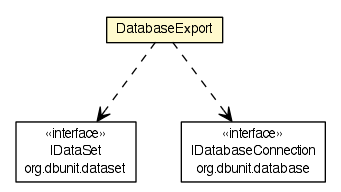
dayatang/dddlib keeps this Graphviz diagram as dddlib-db/apidocs/org/dayatang/dbunit/DatabaseExport.png. Above is the earlier version. Its source is kept beside it as dddlib-db/apidocs/org/dayatang/dbunit/DatabaseExport.dot.
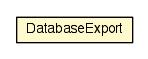
After the change.

Diff of the diagram source:
```diff
@@ -4,25 +4,9 @@
 	node [fontname="Helvetica",fontsize=10,shape=plaintext];
 	nodesep=0.25;
 	ranksep=0.5;
-	c371 [label=<<table title="org.dayatang.dbunit.DatabaseExport" border="0" cellborder="1" cellspacing="0" cellpadding="2" port="p" bgcolor="lemonChiffon" href="./DatabaseExport.html">
+	c351 [label=<<table title="org.dayatang.dbunit.DatabaseExport" border="0" cellborder="1" cellspacing="0" cellpadding="2" port="p" bgcolor="lemonChiffon" href="./DatabaseExport.html">
 		<tr><td><table border="0" cellspacing="0" cellpadding="1">
 <tr><td align="center" balign="center"> DatabaseExport </td></tr>
 		</table></td></tr>
 		</table>>, URL="./DatabaseExport.html", fontname="Helvetica", fontcolor="black", fontsize=10.0];
-	c371:p -> c374:p [taillabel="", label=" "headlabel="", fontname="Helvetica", fontcolor="black", fontsize=10.0, color="black", arrowhead=open, style=dashed];
-	c371:p -> c378:p [taillabel="", label=" "headlabel="", fontname="Helvetica", fontcolor="black", fontsize=10.0, color="black", arrowhead=open, style=dashed];
-	c374 [label=<<table title="org.dbunit.dataset.IDataSet" border="0" cellborder="1" cellspacing="0" cellpadding="2" port="p" href="http://java.sun.com/j2se/1.4.2/docs/api/org/dbunit/dataset/IDataSet.html">
-		<tr><td><table border="0" cellspacing="0" cellpadding="1">
-<tr><td align="center" balign="center"> &#171;interface&#187; </td></tr>
-<tr><td align="center" balign="center"> IDataSet </td></tr>
-<tr><td align="center" balign="center"> org.dbunit.dataset </td></tr>
-		</table></td></tr>
-		</table>>, URL="http://java.sun.com/j2se/1.4.2/docs/api/org/dbunit/dataset/IDataSet.html", fontname="Helvetica", fontcolor="black", fontsize=10.0];
-	c378 [label=<<table title="org.dbunit.database.IDatabaseConnection" border="0" cellborder="1" cellspacing="0" cellpadding="2" port="p" href="http://java.sun.com/j2se/1.4.2/docs/api/org/dbunit/database/IDatabaseConnection.html">
-		<tr><td><table border="0" cellspacing="0" cellpadding="1">
-<tr><td align="center" balign="center"> &#171;interface&#187; </td></tr>
-<tr><td align="center" balign="center"> IDatabaseConnection </td></tr>
-<tr><td align="center" balign="center"> org.dbunit.database </td></tr>
-		</table></td></tr>
-		</table>>, URL="http://java.sun.com/j2se/1.4.2/docs/api/org/dbunit/database/IDatabaseConnection.html", fontname="Helvetica", fontcolor="black", fontsize=10.0];
 }
```
